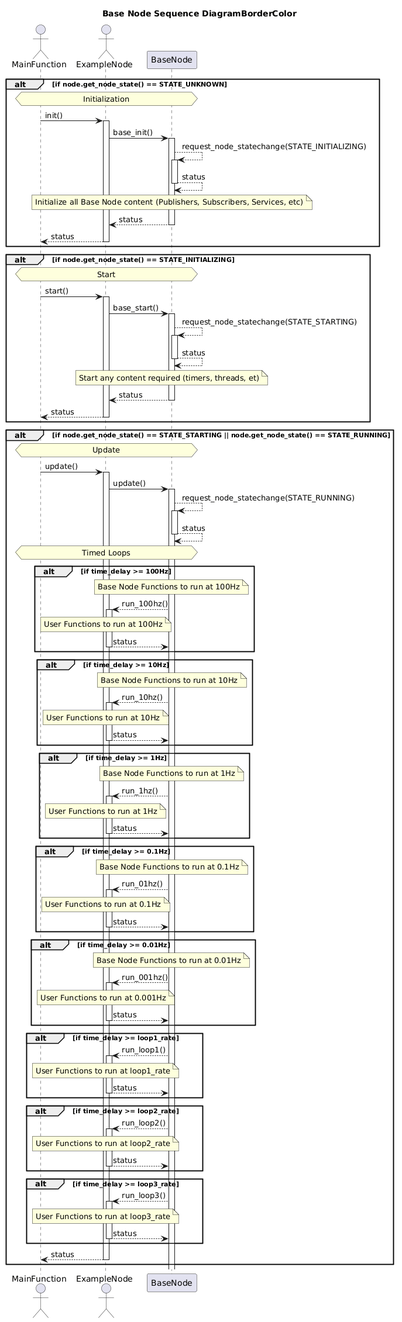
Before: include/robot_framework_ros/doc/puml/BaseNodeSequenceDiagram.png, a diagram exported from PlantUML (fastrobotics/robot_framework_ros). Its diagram source:
```plantuml
@startuml
title Base Node Sequence DiagramBorderColor
actor MainFunction as main
actor ExampleNode as node
participant BaseNode as baseNode

alt if node.get_node_state() == STATE_UNKNOWN
    hnote across: Initialization
    main -> node++: init()
    node -> baseNode++: base_init()
    baseNode --> baseNode++: request_node_statechange(STATE_INITIALIZING)
    baseNode --> baseNode--: status
    note over baseNode
    Initialize all Base Node content (Publishers, Subscribers, Services, etc)
    end note
    baseNode --> node--: status
    node --> main--: status
end

alt if node.get_node_state() == STATE_INITIALIZING
    hnote across: Start
    main -> node++: start()
    node -> baseNode++: base_start()
    baseNode --> baseNode++: request_node_statechange(STATE_STARTING)
    baseNode --> baseNode--: status
    note over baseNode
    Start any content required (timers, threads, et)
    end note
    baseNode --> node--: status
    node --> main--: status
end

alt if node.get_node_state() == STATE_STARTING || node.get_node_state() == STATE_RUNNING
    hnote across: Update
    main -> node++: update()
    node -> baseNode++: update()
    baseNode --> baseNode++: request_node_statechange(STATE_RUNNING)
    baseNode --> baseNode--: status
    hnote across: Timed Loops

    alt if time_delay >= 100Hz
        note over baseNode: Base Node Functions to run at 100Hz
        baseNode --> node++: run_100hz()
        note over node: User Functions to run at 100Hz
        node --> baseNode--: status
    end

    alt if time_delay >= 10Hz
        note over baseNode: Base Node Functions to run at 10Hz
        baseNode --> node++: run_10hz()
        note over node: User Functions to run at 10Hz
        node --> baseNode--: status
    end

    alt if time_delay >= 1Hz
    note over baseNode: Base Node Functions to run at 1Hz
        baseNode --> node++: run_1hz()
        note over node: User Functions to run at 1Hz
        node --> baseNode--: status
    end

    alt if time_delay >= 0.1Hz
        note over baseNode: Base Node Functions to run at 0.1Hz
        baseNode --> node++: run_01hz()
        note over node: User Functions to run at 0.1Hz
        node --> baseNode--: status
    end

    alt if time_delay >= 0.01Hz
        note over baseNode: Base Node Functions to run at 0.01Hz
        baseNode --> node++: run_001hz()
        note over node: User Functions to run at 0.001Hz
        node --> baseNode--: status
    end

    alt if time_delay >= loop1_rate
        baseNode --> node++: run_loop1()
        note over node: User Functions to run at loop1_rate
        node --> baseNode--: status
    end

    alt if time_delay >= loop2_rate
        baseNode --> node++: run_loop2()
        note over node: User Functions to run at loop2_rate
        node --> baseNode--: status
    end

    alt if time_delay >= loop3_rate
        baseNode --> node++: run_loop3()
        note over node: User Functions to run at loop3_rate
        node --> baseNode--: status
    end
    node --> main--: status

end



@enduml
```
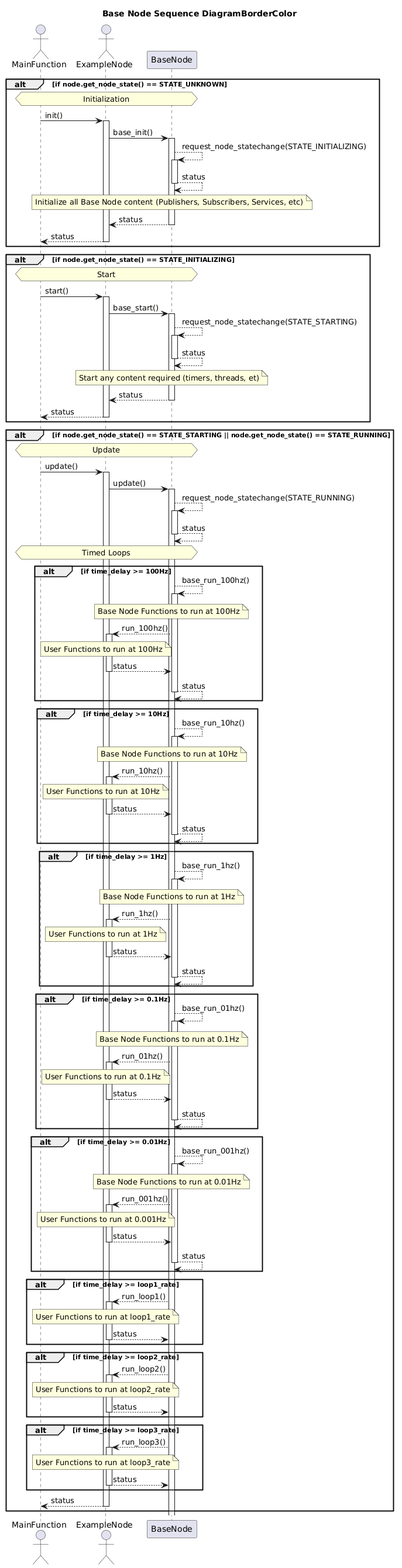
After the change.

The edit, as a diff of the source:
```diff
@@ -39,38 +39,48 @@
     hnote across: Timed Loops
 
     alt if time_delay >= 100Hz
+        baseNode --> baseNode++: base_run_100hz()
         note over baseNode: Base Node Functions to run at 100Hz
         baseNode --> node++: run_100hz()
         note over node: User Functions to run at 100Hz
         node --> baseNode--: status
+        baseNode--> baseNode--: status
     end
 
     alt if time_delay >= 10Hz
+        baseNode --> baseNode++: base_run_10hz()
         note over baseNode: Base Node Functions to run at 10Hz
         baseNode --> node++: run_10hz()
         note over node: User Functions to run at 10Hz
         node --> baseNode--: status
+        baseNode--> baseNode--: status
     end
 
     alt if time_delay >= 1Hz
-    note over baseNode: Base Node Functions to run at 1Hz
+        baseNode --> baseNode++: base_run_1hz()
+        note over baseNode: Base Node Functions to run at 1Hz
         baseNode --> node++: run_1hz()
         note over node: User Functions to run at 1Hz
         node --> baseNode--: status
+        baseNode--> baseNode--: status
     end
 
     alt if time_delay >= 0.1Hz
+        baseNode --> baseNode++: base_run_01hz()
         note over baseNode: Base Node Functions to run at 0.1Hz
         baseNode --> node++: run_01hz()
         note over node: User Functions to run at 0.1Hz
         node --> baseNode--: status
+        baseNode--> baseNode--: status
     end
 
     alt if time_delay >= 0.01Hz
+        baseNode --> baseNode++: base_run_001hz()
         note over baseNode: Base Node Functions to run at 0.01Hz
         baseNode --> node++: run_001hz()
         note over node: User Functions to run at 0.001Hz
         node --> baseNode--: status
+        baseNode--> baseNode--: status
     end
 
     alt if time_delay >= loop1_rate
```
